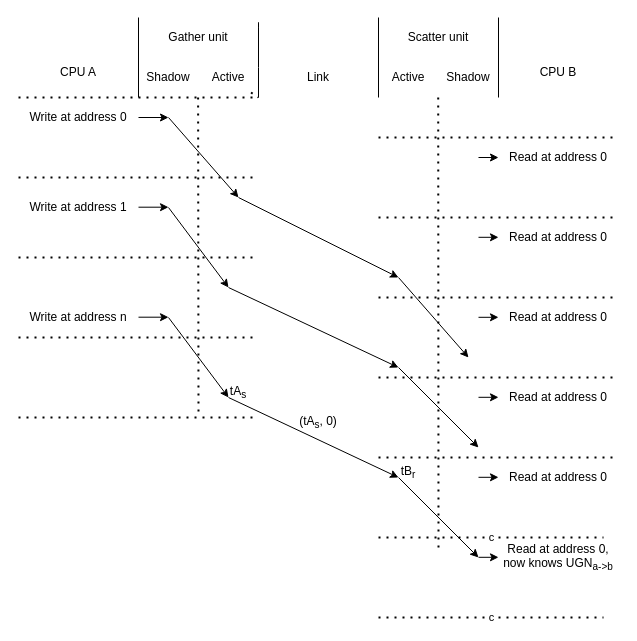
The draw.io diagram page "UGN send incoming" (1 of 4) of docs/diagrams/ugnDiscoveryTimeline.drawio in bittide/bittide-hardware, before the edit. Source tidied: cells renumbered, new cells numbered last; positions are measured from the earlier drawing's top-left corner, leaving out a move shared by most shapes. Both pictures are drawn from the tidied source at 100%, with x=0, y=0 at pixel (18, 17).
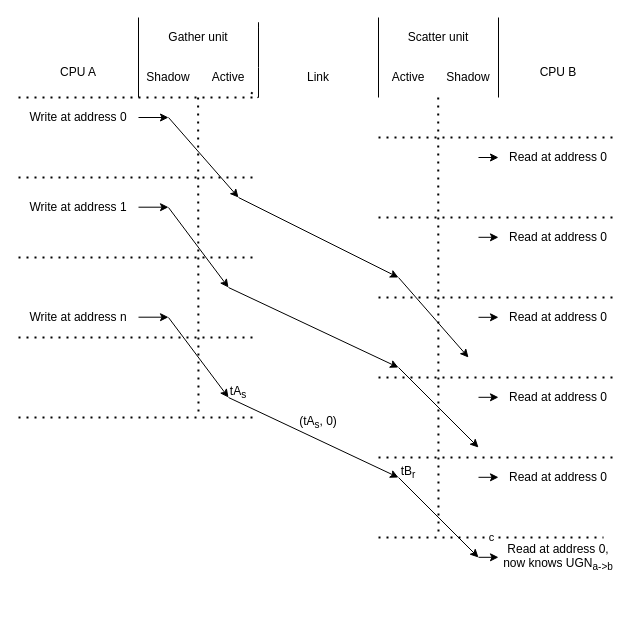
After the change.

What changed in the source:
```diff
@@
     <mxCell id="25" style="endArrow=none;dashed=1;html=1;dashPattern=1 3;strokeWidth=2;" parent="1" edge="1">
       <mxGeometry relative="1" as="geometry">
         <mxPoint x="419.7" y="80" as="sourcePoint" />
-        <mxPoint x="420" y="530" as="targetPoint" />
+        <mxPoint x="420" y="520" as="targetPoint" />
       </mxGeometry>
     </mxCell>
@@
-    <mxCell id="54" value="c" style="endArrow=none;dashed=1;html=1;dashPattern=1 3;strokeWidth=2;" parent="1" edge="1">
-      <mxGeometry relative="1" as="geometry">
-        <mxPoint x="360" y="600" as="sourcePoint" />
-        <mxPoint x="585" y="600" as="targetPoint" />
-      </mxGeometry>
-    </mxCell>
```
